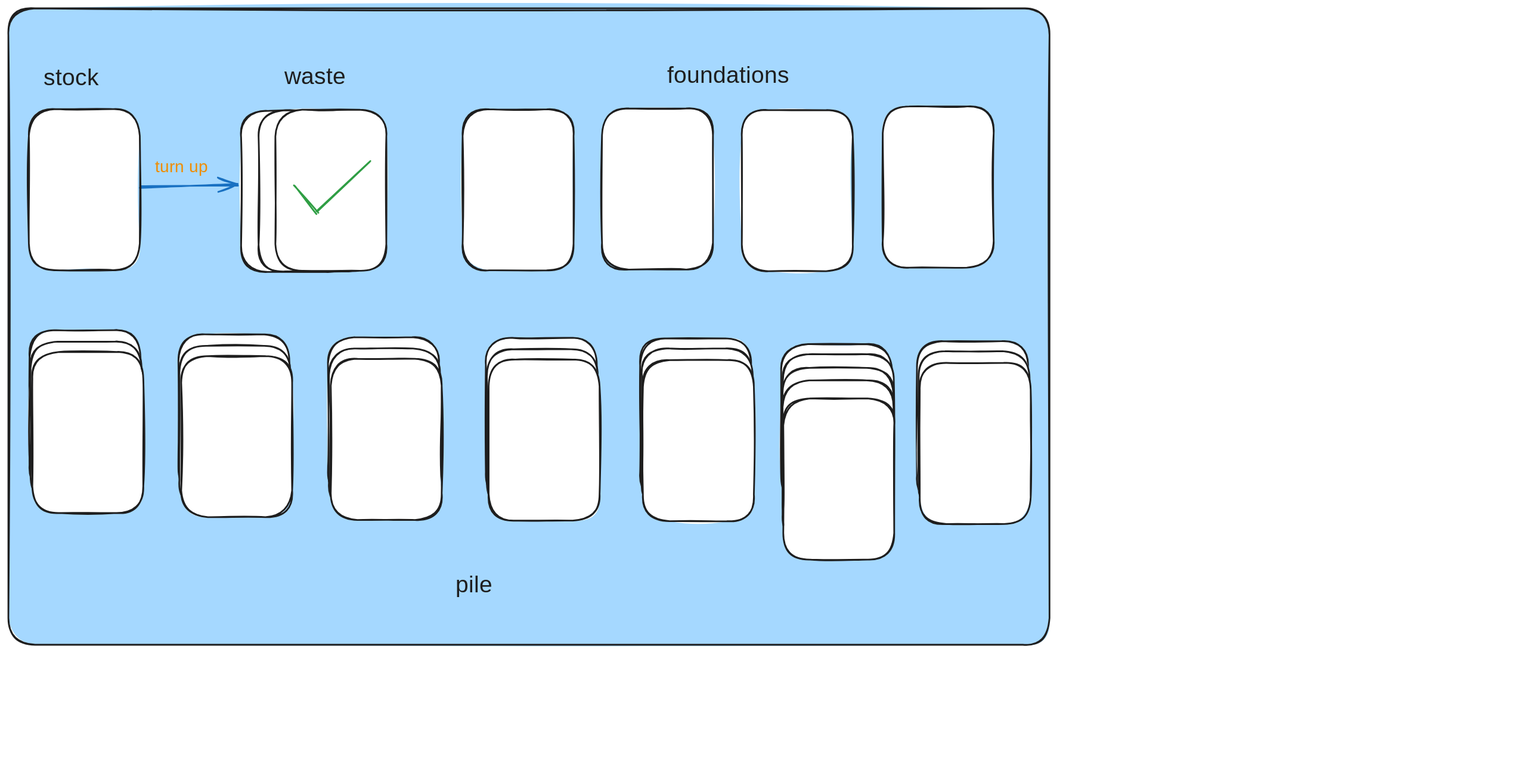
The Excalidraw diagram docs/design.excalidraw.svg in dzylikecode/game-klondike, before a commit. Source tidied: one line per element, renumbered; positions are measured from the earlier drawing's top-left corner, leaving out a move shared by most shapes. Its diagram source:
```json
{"id": 0, "type": "rectangle", "strokeColor": "#1e1e1e", "backgroundColor": "#a5d8ff", "fillStyle": "solid", "strokeWidth": 2, "roughness": 1, "round": true, "x": 0, "y": 0, "width": 1247, "height": 763}
{"id": 1, "type": "text", "text": "stock", "strokeColor": "#1e1e1e", "strokeWidth": 2, "roughness": 1, "fontSize": 28, "fontFamily": 5, "x": 42, "y": 67, "width": 77, "height": 35}
{"id": 2, "type": "text", "text": "waste", "strokeColor": "#1e1e1e", "strokeWidth": 2, "roughness": 1, "fontSize": 28, "fontFamily": 5, "x": 331, "y": 66, "width": 80, "height": 35}
{"id": 3, "type": "arrow", "strokeColor": "#1971c2", "strokeWidth": 2, "roughness": 1, "endArrowhead": "arrow", "round": true, "x": 158, "y": 214, "width": 116, "height": 2, "points": [[0, 0], [116, -2]]}
{"id": 4, "type": "text", "text": "turn up", "strokeColor": "#f08c00", "strokeWidth": 2, "roughness": 1, "fontSize": 20, "fontFamily": 5, "x": 176, "y": 179, "width": 70, "height": 25}
{"id": 5, "type": "rectangle", "strokeColor": "#1e1e1e", "backgroundColor": "#ffffff", "fillStyle": "solid", "strokeWidth": 2, "roughness": 1, "round": true, "x": 279, "y": 123, "width": 133, "height": 193}
{"id": 6, "type": "rectangle", "strokeColor": "#1e1e1e", "backgroundColor": "#ffffff", "fillStyle": "solid", "strokeWidth": 2, "roughness": 1, "round": true, "x": 300, "y": 122, "width": 133, "height": 193}
{"id": 7, "type": "rectangle", "strokeColor": "#1e1e1e", "backgroundColor": "#ffffff", "fillStyle": "solid", "strokeWidth": 2, "roughness": 1, "round": true, "x": 320, "y": 121, "width": 133, "height": 193}
{"id": 8, "type": "line", "strokeColor": "#2f9e44", "strokeWidth": 2, "roughness": 1, "round": true, "x": 343, "y": 213, "width": 27, "height": 33, "points": [[0, 0], [27, 33]]}
{"id": 9, "type": "line", "strokeColor": "#2f9e44", "strokeWidth": 2, "roughness": 1, "round": true, "x": 370, "y": 242, "width": 63, "height": 58, "points": [[0, 0], [63, -58]]}
{"id": 10, "type": "rectangle", "strokeColor": "#1e1e1e", "backgroundColor": "#ffffff", "fillStyle": "solid", "strokeWidth": 2, "roughness": 1, "round": true, "x": 25, "y": 121, "width": 133, "height": 193}
{"id": 11, "type": "rectangle", "strokeColor": "#1e1e1e", "backgroundColor": "#ffffff", "fillStyle": "solid", "strokeWidth": 2, "roughness": 1, "round": true, "x": 544, "y": 121, "width": 133, "height": 193}
{"id": 12, "type": "rectangle", "strokeColor": "#1e1e1e", "backgroundColor": "#ffffff", "fillStyle": "solid", "strokeWidth": 2, "roughness": 1, "round": true, "x": 926, "y": 402, "width": 133, "height": 193}
{"id": 13, "type": "rectangle", "strokeColor": "#1e1e1e", "backgroundColor": "#ffffff", "fillStyle": "solid", "strokeWidth": 2, "roughness": 1, "round": true, "x": 572, "y": 395, "width": 133, "height": 193}
{"id": 14, "type": "rectangle", "strokeColor": "#1e1e1e", "backgroundColor": "#ffffff", "fillStyle": "solid", "strokeWidth": 2, "roughness": 1, "round": true, "x": 383, "y": 394, "width": 133, "height": 193}
{"id": 15, "type": "rectangle", "strokeColor": "#1e1e1e", "backgroundColor": "#ffffff", "fillStyle": "solid", "strokeWidth": 2, "roughness": 1, "round": true, "x": 204, "y": 391, "width": 133, "height": 193}
{"id": 16, "type": "rectangle", "strokeColor": "#1e1e1e", "backgroundColor": "#ffffff", "fillStyle": "solid", "strokeWidth": 2, "roughness": 1, "round": true, "x": 25, "y": 386, "width": 133, "height": 193}
{"id": 17, "type": "rectangle", "strokeColor": "#1e1e1e", "backgroundColor": "#ffffff", "fillStyle": "solid", "strokeWidth": 2, "roughness": 1, "round": true, "x": 757, "y": 396, "width": 133, "height": 193}
{"id": 18, "type": "rectangle", "strokeColor": "#1e1e1e", "backgroundColor": "#ffffff", "fillStyle": "solid", "strokeWidth": 2, "roughness": 1, "round": true, "x": 1089, "y": 399, "width": 133, "height": 193}
{"id": 19, "type": "rectangle", "strokeColor": "#1e1e1e", "backgroundColor": "#ffffff", "fillStyle": "solid", "strokeWidth": 2, "roughness": 1, "round": true, "x": 928, "y": 414, "width": 133, "height": 193}
{"id": 20, "type": "rectangle", "strokeColor": "#1e1e1e", "backgroundColor": "#ffffff", "fillStyle": "solid", "strokeWidth": 2, "roughness": 1, "round": true, "x": 573, "y": 409, "width": 133, "height": 193}
{"id": 21, "type": "rectangle", "strokeColor": "#1e1e1e", "backgroundColor": "#ffffff", "fillStyle": "solid", "strokeWidth": 2, "roughness": 1, "round": true, "x": 384, "y": 408, "width": 133, "height": 193}
{"id": 22, "type": "rectangle", "strokeColor": "#1e1e1e", "backgroundColor": "#ffffff", "fillStyle": "solid", "strokeWidth": 2, "roughness": 1, "round": true, "x": 205, "y": 404, "width": 133, "height": 193}
{"id": 23, "type": "rectangle", "strokeColor": "#1e1e1e", "backgroundColor": "#ffffff", "fillStyle": "solid", "strokeWidth": 2, "roughness": 1, "round": true, "x": 27, "y": 399, "width": 133, "height": 193}
{"id": 24, "type": "rectangle", "strokeColor": "#1e1e1e", "backgroundColor": "#ffffff", "fillStyle": "solid", "strokeWidth": 2, "roughness": 1, "round": true, "x": 759, "y": 408, "width": 133, "height": 193}
{"id": 25, "type": "rectangle", "strokeColor": "#1e1e1e", "backgroundColor": "#ffffff", "fillStyle": "solid", "strokeWidth": 2, "roughness": 1, "round": true, "x": 1091, "y": 411, "width": 133, "height": 193}
{"id": 26, "type": "rectangle", "strokeColor": "#1e1e1e", "backgroundColor": "#ffffff", "fillStyle": "solid", "strokeWidth": 2, "roughness": 1, "round": true, "x": 928, "y": 431, "width": 133, "height": 193}
{"id": 27, "type": "rectangle", "strokeColor": "#1e1e1e", "backgroundColor": "#ffffff", "fillStyle": "solid", "strokeWidth": 2, "roughness": 1, "round": true, "x": 928, "y": 446, "width": 133, "height": 193}
{"id": 28, "type": "rectangle", "strokeColor": "#1e1e1e", "backgroundColor": "#ffffff", "fillStyle": "solid", "strokeWidth": 2, "roughness": 1, "round": true, "x": 928, "y": 468, "width": 133, "height": 193}
{"id": 29, "type": "rectangle", "strokeColor": "#1e1e1e", "backgroundColor": "#ffffff", "fillStyle": "solid", "strokeWidth": 2, "roughness": 1, "round": true, "x": 575, "y": 421, "width": 133, "height": 193}
{"id": 30, "type": "rectangle", "strokeColor": "#1e1e1e", "backgroundColor": "#ffffff", "fillStyle": "solid", "strokeWidth": 2, "roughness": 1, "round": true, "x": 386, "y": 420, "width": 133, "height": 193}
{"id": 31, "type": "rectangle", "strokeColor": "#1e1e1e", "backgroundColor": "#ffffff", "fillStyle": "solid", "strokeWidth": 2, "roughness": 1, "round": true, "x": 207, "y": 417, "width": 133, "height": 193}
{"id": 32, "type": "rectangle", "strokeColor": "#1e1e1e", "backgroundColor": "#ffffff", "fillStyle": "solid", "strokeWidth": 2, "roughness": 1, "round": true, "x": 29, "y": 412, "width": 133, "height": 193}
{"id": 33, "type": "rectangle", "strokeColor": "#1e1e1e", "backgroundColor": "#ffffff", "fillStyle": "solid", "strokeWidth": 2, "roughness": 1, "round": true, "x": 760, "y": 422, "width": 133, "height": 193}
{"id": 34, "type": "rectangle", "strokeColor": "#1e1e1e", "backgroundColor": "#ffffff", "fillStyle": "solid", "strokeWidth": 2, "roughness": 1, "round": true, "x": 1092, "y": 425, "width": 133, "height": 193}
{"id": 35, "type": "rectangle", "strokeColor": "#1e1e1e", "backgroundColor": "#ffffff", "fillStyle": "solid", "strokeWidth": 2, "roughness": 1, "round": true, "x": 711, "y": 120, "width": 133, "height": 193}
{"id": 36, "type": "rectangle", "strokeColor": "#1e1e1e", "backgroundColor": "#ffffff", "fillStyle": "solid", "strokeWidth": 2, "roughness": 1, "round": true, "x": 879, "y": 122, "width": 133, "height": 193}
{"id": 37, "type": "rectangle", "strokeColor": "#1e1e1e", "backgroundColor": "#ffffff", "fillStyle": "solid", "strokeWidth": 2, "roughness": 1, "round": true, "x": 1048, "y": 118, "width": 133, "height": 193}
{"id": 38, "type": "text", "text": "foundations", "strokeColor": "#1e1e1e", "backgroundColor": "#a5d8ff", "fillStyle": "solid", "strokeWidth": 2, "roughness": 1, "fontSize": 28, "fontFamily": 5, "x": 789, "y": 65, "width": 163, "height": 35}
{"id": 39, "type": "text", "text": "pile", "strokeColor": "#1e1e1e", "backgroundColor": "#a5d8ff", "fillStyle": "solid", "strokeWidth": 2, "roughness": 1, "fontSize": 28, "fontFamily": 5, "x": 536, "y": 676, "width": 43, "height": 35}
```
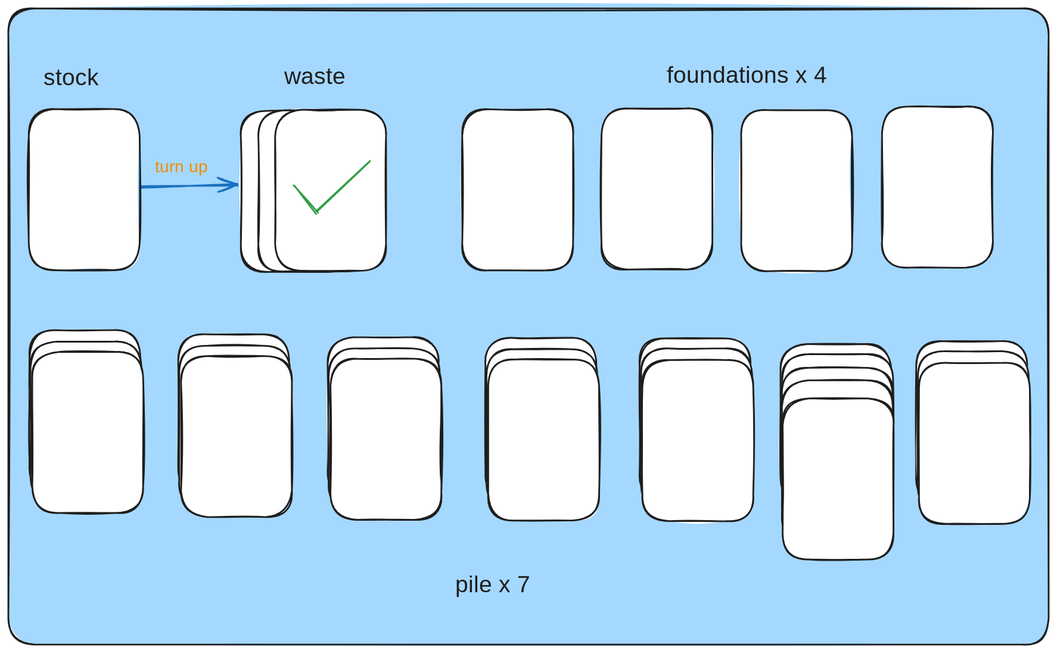
Later version of the same file.

What changed in the source:
```diff
@@ -36,5 +36,5 @@
 {"id": 35, "type": "rectangle", "strokeColor": "#1e1e1e", "backgroundColor": "#ffffff", "fillStyle": "solid", "strokeWidth": 2, "roughness": 1, "round": true, "x": 711, "y": 120, "width": 133, "height": 193}
 {"id": 36, "type": "rectangle", "strokeColor": "#1e1e1e", "backgroundColor": "#ffffff", "fillStyle": "solid", "strokeWidth": 2, "roughness": 1, "round": true, "x": 879, "y": 122, "width": 133, "height": 193}
 {"id": 37, "type": "rectangle", "strokeColor": "#1e1e1e", "backgroundColor": "#ffffff", "fillStyle": "solid", "strokeWidth": 2, "roughness": 1, "round": true, "x": 1048, "y": 118, "width": 133, "height": 193}
-{"id": 38, "type": "text", "text": "foundations", "strokeColor": "#1e1e1e", "backgroundColor": "#a5d8ff", "fillStyle": "solid", "strokeWidth": 2, "roughness": 1, "fontSize": 28, "fontFamily": 5, "x": 789, "y": 65, "width": 163, "height": 35}
+{"id": 38, "type": "text", "text": "foundations x 4", "strokeColor": "#1e1e1e", "backgroundColor": "#a5d8ff", "fillStyle": "solid", "strokeWidth": 2, "roughness": 1, "fontSize": 28, "fontFamily": 5, "x": 789, "y": 65, "width": 218, "height": 35}
-{"id": 39, "type": "text", "text": "pile", "strokeColor": "#1e1e1e", "backgroundColor": "#a5d8ff", "fillStyle": "solid", "strokeWidth": 2, "roughness": 1, "fontSize": 28, "fontFamily": 5, "x": 536, "y": 676, "width": 43, "height": 35}
+{"id": 39, "type": "text", "text": "pile x 7", "strokeColor": "#1e1e1e", "backgroundColor": "#a5d8ff", "fillStyle": "solid", "strokeWidth": 2, "roughness": 1, "fontSize": 28, "fontFamily": 5, "x": 536, "y": 676, "width": 98, "height": 35}
```
